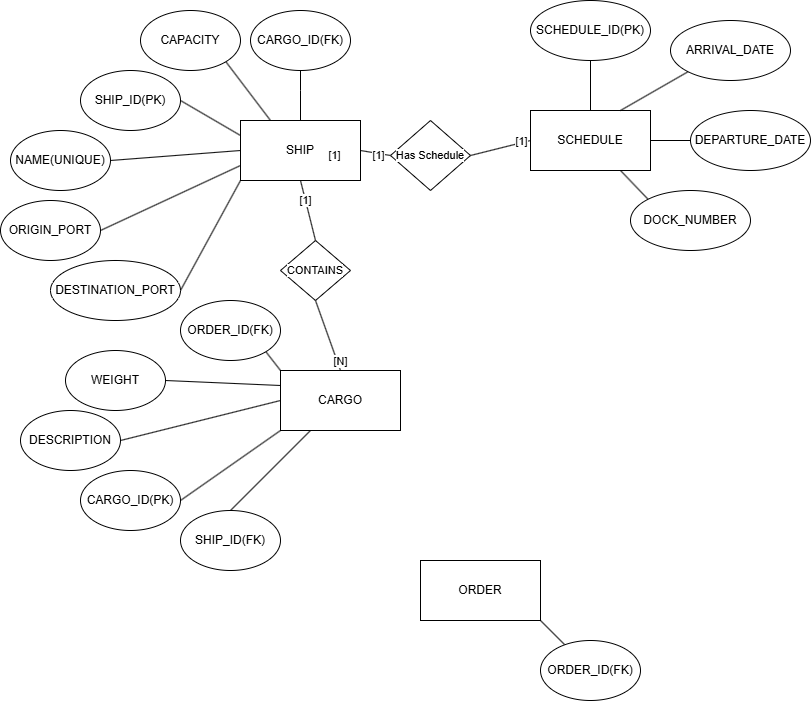
This is PortManagment.drawio.png from DarthRomolus/CarGarage, a draw.io export, as it was before one commit. Source tidied: cells renumbered, new cells last; positions are measured from the earlier drawing's top-left corner, leaving out a move shared by most shapes.
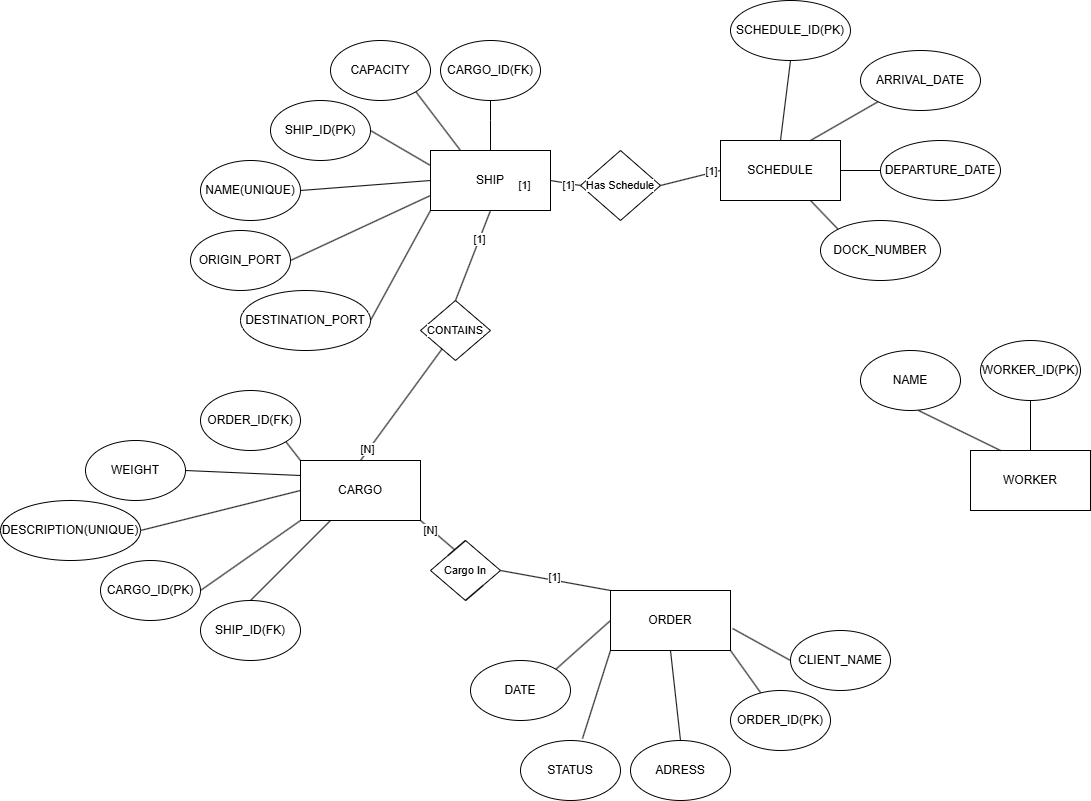
The same diagram one commit later.

Change to the diagram source:
```diff
@@ -24,7 +24,7 @@
         </Array>
       </mxGeometry>
     </mxCell>
-    <mxCell id="8" style="rounded=0;jettySize=auto;html=1;entryX=0.5;entryY=0;entryDx=0;entryDy=0;endArrow=none;startFill=0;exitX=0.5;exitY=1;exitDx=0;exitDy=0;" parent="1" edge="1" source="45" target="21">
+    <mxCell id="8" style="rounded=0;jettySize=auto;html=1;entryX=0.5;entryY=0;entryDx=0;entryDy=0;endArrow=none;startFill=0;" parent="1" edge="1" source="45" target="21">
       <mxGeometry relative="1" as="geometry" />
     </mxCell>
     <mxCell id="9" value="[N]" style="edgeLabel;html=1;align=center;verticalAlign=middle;fontFamily=Helvetica;fontSize=11;fontColor=default;labelBackgroundColor=default;" parent="8" vertex="1">
@@ -66,25 +66,25 @@
       <mxGeometry relative="1" as="geometry" />
     </mxCell>
     <mxCell id="21" value="CARGO" style="rounded=0;whiteSpace=wrap;html=1;" parent="1" vertex="1">
-      <mxGeometry x="280" y="370" width="120" height="60" as="geometry" />
+      <mxGeometry x="110" y="430" width="120" height="60" as="geometry" />
     </mxCell>
-    <mxCell id="22" value="DESCRIPTION" style="ellipse;whiteSpace=wrap;html=1;" parent="1" vertex="1">
-      <mxGeometry x="20" y="410" width="100" height="60" as="geometry" />
+    <mxCell id="22" value="DESCRIPTION(UNIQUE)" style="ellipse;whiteSpace=wrap;html=1;" parent="1" vertex="1">
+      <mxGeometry x="-190" y="470" width="140" height="60" as="geometry" />
     </mxCell>
     <mxCell id="23" value="CARGO_ID(PK)" style="ellipse;whiteSpace=wrap;html=1;" parent="1" vertex="1">
-      <mxGeometry x="80" y="470" width="100" height="60" as="geometry" />
+      <mxGeometry x="-90" y="530" width="100" height="60" as="geometry" />
     </mxCell>
     <mxCell id="24" style="rounded=0;jettySize=auto;html=1;exitX=0;exitY=1;exitDx=0;exitDy=0;entryX=1;entryY=0.5;entryDx=0;entryDy=0;entryPerimeter=0;endArrow=none;startFill=0;" parent="1" edge="1" source="21" target="23">
       <mxGeometry relative="1" as="geometry" />
     </mxCell>
     <mxCell id="25" value="WEIGHT" style="ellipse;whiteSpace=wrap;html=1;" parent="1" vertex="1">
-      <mxGeometry x="65" y="350" width="100" height="60" as="geometry" />
+      <mxGeometry x="-105" y="410" width="100" height="60" as="geometry" />
     </mxCell>
     <mxCell id="26" value="SHIP_ID(FK)" style="ellipse;whiteSpace=wrap;html=1;" parent="1" vertex="1">
-      <mxGeometry x="180" y="510" width="100" height="60" as="geometry" />
+      <mxGeometry x="10" y="570" width="100" height="60" as="geometry" />
     </mxCell>
     <mxCell id="27" value="ORDER_ID(FK)" style="ellipse;whiteSpace=wrap;html=1;" parent="1" vertex="1">
-      <mxGeometry x="180" y="300" width="100" height="60" as="geometry" />
+      <mxGeometry x="10" y="360" width="100" height="60" as="geometry" />
     </mxCell>
     <mxCell id="28" style="edgeStyle=none;shape=connector;rounded=0;jettySize=auto;html=1;exitX=0.5;exitY=0;exitDx=0;exitDy=0;entryX=0.5;entryY=1;entryDx=0;entryDy=0;strokeColor=default;align=center;verticalAlign=middle;fontFamily=Helvetica;fontSize=11;fontColor=default;labelBackgroundColor=default;startFill=0;endArrow=none;" parent="1" edge="1" source="32" target="33">
       <mxGeometry relative="1" as="geometry" />
@@ -104,7 +104,7 @@
       <mxGeometry x="530" y="110" width="120" height="60" as="geometry" />
     </mxCell>
     <mxCell id="33" value="SCHEDULE_ID(PK)" style="ellipse;whiteSpace=wrap;html=1;" parent="1" vertex="1">
-      <mxGeometry x="530" width="120" height="60" as="geometry" />
+      <mxGeometry x="540" y="-30" width="120" height="60" as="geometry" />
     </mxCell>
     <mxCell id="34" style="edgeStyle=none;shape=connector;rounded=0;jettySize=auto;html=1;exitX=0;exitY=1;exitDx=0;exitDy=0;entryX=0.75;entryY=0;entryDx=0;entryDy=0;strokeColor=default;align=center;verticalAlign=middle;fontFamily=Helvetica;fontSize=11;fontColor=default;labelBackgroundColor=default;startFill=0;endArrow=none;" parent="1" edge="1" source="35" target="32">
       <mxGeometry relative="1" as="geometry" />
@@ -127,11 +127,20 @@
     <mxCell id="40" style="edgeStyle=none;shape=connector;rounded=0;jettySize=auto;html=1;exitX=1;exitY=1;exitDx=0;exitDy=0;strokeColor=default;align=center;verticalAlign=middle;fontFamily=Helvetica;fontSize=11;fontColor=default;labelBackgroundColor=default;startFill=0;endArrow=none;" parent="1" edge="1" source="41" target="42">
       <mxGeometry relative="1" as="geometry" />
     </mxCell>
+    <mxCell id="49" style="edgeStyle=none;shape=connector;rounded=0;jettySize=auto;html=1;exitX=0;exitY=0;exitDx=0;exitDy=0;strokeColor=default;align=center;verticalAlign=middle;fontFamily=Helvetica;fontSize=11;fontColor=default;labelBackgroundColor=default;startFill=0;endArrow=none;entryX=1;entryY=0.5;entryDx=0;entryDy=0;" parent="1" edge="1" source="41" target="58">
+      <mxGeometry relative="1" as="geometry" />
+    </mxCell>
+    <mxCell id="50" value="[1]" style="edgeLabel;html=1;align=center;verticalAlign=middle;fontFamily=Helvetica;fontSize=11;fontColor=default;labelBackgroundColor=default;" parent="49" vertex="1">
+      <mxGeometry x="0.03" y="-3" relative="1" as="geometry" />
+    </mxCell>
+    <mxCell id="51" style="edgeStyle=none;shape=connector;rounded=0;jettySize=auto;html=1;exitX=0;exitY=0.5;exitDx=0;exitDy=0;entryX=1;entryY=0;entryDx=0;entryDy=0;strokeColor=default;align=center;verticalAlign=middle;fontFamily=Helvetica;fontSize=11;fontColor=default;labelBackgroundColor=default;startFill=0;endArrow=none;" parent="1" edge="1" source="41" target="60">
+      <mxGeometry relative="1" as="geometry" />
+    </mxCell>
     <mxCell id="41" value="ORDER" style="rounded=0;whiteSpace=wrap;html=1;" parent="1" vertex="1">
       <mxGeometry x="420" y="560" width="120" height="60" as="geometry" />
     </mxCell>
-    <mxCell id="42" value="ORDER_ID(FK)" style="ellipse;whiteSpace=wrap;html=1;" parent="1" vertex="1">
-      <mxGeometry x="540" y="640" width="100" height="60" as="geometry" />
+    <mxCell id="42" value="ORDER_ID(PK)" style="ellipse;whiteSpace=wrap;html=1;" parent="1" vertex="1">
+      <mxGeometry x="540" y="660" width="100" height="60" as="geometry" />
     </mxCell>
     <mxCell id="43" style="edgeStyle=none;shape=connector;rounded=0;jettySize=auto;html=1;exitX=0.5;exitY=0;exitDx=0;exitDy=0;entryX=0.5;entryY=1;entryDx=0;entryDy=0;strokeColor=default;align=center;verticalAlign=middle;fontFamily=Helvetica;fontSize=11;fontColor=default;labelBackgroundColor=default;startFill=0;endArrow=none;" parent="1" edge="1" source="45" target="10">
       <mxGeometry relative="1" as="geometry" />
@@ -140,7 +149,7 @@
       <mxGeometry x="0.37" relative="1" as="geometry" />
     </mxCell>
     <mxCell id="45" value="CONTAINS" style="rhombus;whiteSpace=wrap;html=1;fontFamily=Helvetica;fontSize=11;fontColor=default;labelBackgroundColor=default;" parent="1" vertex="1">
-      <mxGeometry x="280" y="240" width="70" height="60" as="geometry" />
+      <mxGeometry x="230" y="270" width="70" height="60" as="geometry" />
     </mxCell>
     <mxCell id="46" style="edgeStyle=none;shape=connector;rounded=0;jettySize=auto;html=1;exitX=0;exitY=0.5;exitDx=0;exitDy=0;entryX=1;entryY=0.5;entryDx=0;entryDy=0;strokeColor=default;align=center;verticalAlign=middle;fontFamily=Helvetica;fontSize=11;fontColor=default;labelBackgroundColor=default;startFill=0;endArrow=none;" parent="1" edge="1" source="32" target="48">
       <mxGeometry relative="1" as="geometry" />
@@ -153,5 +162,58 @@
     <mxCell id="48" value="Has Schedule" style="rhombus;whiteSpace=wrap;html=1;fontFamily=Helvetica;fontSize=11;fontColor=default;labelBackgroundColor=default;" parent="1" vertex="1">
       <mxGeometry x="390" y="120" width="80" height="70" as="geometry" />
     </mxCell>
+    <mxCell id="52" value="CLIENT_NAME" style="ellipse;whiteSpace=wrap;html=1;" parent="1" vertex="1">
+      <mxGeometry x="600" y="600" width="100" height="60" as="geometry" />
+    </mxCell>
+    <mxCell id="53" style="edgeStyle=none;shape=connector;rounded=0;jettySize=auto;html=1;exitX=0;exitY=0.5;exitDx=0;exitDy=0;entryX=1.017;entryY=0.633;entryDx=0;entryDy=0;entryPerimeter=0;strokeColor=default;align=center;verticalAlign=middle;fontFamily=Helvetica;fontSize=11;fontColor=default;labelBackgroundColor=default;startFill=0;endArrow=none;" parent="1" edge="1" source="52" target="41">
+      <mxGeometry relative="1" as="geometry" />
+    </mxCell>
+    <mxCell id="54" style="edgeStyle=none;shape=connector;rounded=0;jettySize=auto;html=1;exitX=0.5;exitY=0;exitDx=0;exitDy=0;entryX=0.5;entryY=1;entryDx=0;entryDy=0;strokeColor=default;align=center;verticalAlign=middle;fontFamily=Helvetica;fontSize=11;fontColor=default;labelBackgroundColor=default;startFill=0;endArrow=none;" parent="1" edge="1" source="55" target="41">
+      <mxGeometry relative="1" as="geometry" />
+    </mxCell>
+    <mxCell id="55" value="ADRESS" style="ellipse;whiteSpace=wrap;html=1;" parent="1" vertex="1">
+      <mxGeometry x="440" y="710" width="100" height="60" as="geometry" />
+    </mxCell>
+    <mxCell id="56" style="edgeStyle=none;shape=connector;rounded=0;jettySize=auto;html=1;exitX=0.5;exitY=0;exitDx=0;exitDy=0;entryX=1;entryY=1;entryDx=0;entryDy=0;strokeColor=default;align=center;verticalAlign=middle;fontFamily=Helvetica;fontSize=11;fontColor=default;labelBackgroundColor=default;startFill=0;endArrow=none;" parent="1" edge="1" target="21">
+      <mxGeometry relative="1" as="geometry">
+        <mxPoint x="265" y="520" as="sourcePoint" />
+      </mxGeometry>
+    </mxCell>
+    <mxCell id="57" value="[N]" style="edgeLabel;html=1;align=center;verticalAlign=middle;fontFamily=Helvetica;fontSize=11;fontColor=default;labelBackgroundColor=default;" parent="56" vertex="1">
+      <mxGeometry x="0.43" y="1" relative="1" as="geometry" />
+    </mxCell>
+    <mxCell id="58" value="Cargo In" style="rhombus;whiteSpace=wrap;html=1;fontFamily=Helvetica;fontSize=11;fontColor=default;labelBackgroundColor=default;" parent="1" vertex="1">
+      <mxGeometry x="240" y="510" width="70" height="60" as="geometry" />
+    </mxCell>
+    <mxCell id="59" style="edgeStyle=none;shape=connector;rounded=0;orthogonalLoop=1;jettySize=auto;html=1;exitX=0.5;exitY=1;exitDx=0;exitDy=0;entryX=1;entryY=1;entryDx=0;entryDy=0;strokeColor=default;align=center;verticalAlign=middle;fontFamily=Helvetica;fontSize=11;fontColor=default;labelBackgroundColor=default;startFill=0;endArrow=none;" parent="1" edge="1" source="58" target="58">
+      <mxGeometry relative="1" as="geometry" />
+    </mxCell>
+    <mxCell id="60" value="DATE" style="ellipse;whiteSpace=wrap;html=1;" parent="1" vertex="1">
+      <mxGeometry x="280" y="630" width="100" height="60" as="geometry" />
+    </mxCell>
+    <mxCell id="61" value="STATUS" style="ellipse;whiteSpace=wrap;html=1;" parent="1" vertex="1">
+      <mxGeometry x="330" y="710" width="100" height="60" as="geometry" />
+    </mxCell>
+    <mxCell id="62" style="edgeStyle=none;shape=connector;rounded=0;jettySize=auto;html=1;exitX=0;exitY=1;exitDx=0;exitDy=0;entryX=0.62;entryY=-0.033;entryDx=0;entryDy=0;entryPerimeter=0;strokeColor=default;align=center;verticalAlign=middle;fontFamily=Helvetica;fontSize=11;fontColor=default;labelBackgroundColor=default;startFill=0;endArrow=none;" parent="1" edge="1" source="41" target="61">
+      <mxGeometry relative="1" as="geometry" />
+    </mxCell>
+    <mxCell id="63" style="edgeStyle=none;shape=connector;rounded=0;orthogonalLoop=1;jettySize=auto;html=1;exitX=0.5;exitY=0;exitDx=0;exitDy=0;entryX=0;entryY=0;entryDx=0;entryDy=0;strokeColor=default;align=center;verticalAlign=middle;fontFamily=Helvetica;fontSize=11;fontColor=default;labelBackgroundColor=default;startFill=0;endArrow=none;" parent="1" edge="1" source="58" target="58">
+      <mxGeometry relative="1" as="geometry" />
+    </mxCell>
+    <mxCell id="64" style="edgeStyle=none;shape=connector;rounded=0;jettySize=auto;html=1;exitX=0.5;exitY=0;exitDx=0;exitDy=0;entryX=0.5;entryY=1;entryDx=0;entryDy=0;strokeColor=default;align=center;verticalAlign=middle;fontFamily=Helvetica;fontSize=11;fontColor=default;labelBackgroundColor=default;startFill=0;endArrow=none;" parent="1" edge="1" source="65" target="66">
+      <mxGeometry relative="1" as="geometry" />
+    </mxCell>
+    <mxCell id="65" value="WORKER" style="rounded=0;whiteSpace=wrap;html=1;" parent="1" vertex="1">
+      <mxGeometry x="780" y="420" width="120" height="60" as="geometry" />
+    </mxCell>
+    <mxCell id="66" value="WORKER_ID(PK)" style="ellipse;whiteSpace=wrap;html=1;" parent="1" vertex="1">
+      <mxGeometry x="790" y="310" width="100" height="60" as="geometry" />
+    </mxCell>
+    <mxCell id="67" value="NAME" style="ellipse;whiteSpace=wrap;html=1;" parent="1" vertex="1">
+      <mxGeometry x="670" y="320" width="100" height="60" as="geometry" />
+    </mxCell>
+    <mxCell id="68" style="edgeStyle=none;shape=connector;rounded=0;jettySize=auto;html=1;exitX=0.25;exitY=0;exitDx=0;exitDy=0;entryX=0.58;entryY=1;entryDx=0;entryDy=0;entryPerimeter=0;strokeColor=default;align=center;verticalAlign=middle;fontFamily=Helvetica;fontSize=11;fontColor=default;labelBackgroundColor=default;startFill=0;endArrow=none;" parent="1" edge="1" source="65" target="67">
+      <mxGeometry relative="1" as="geometry" />
+    </mxCell>
   </root>
 </mxGraphModel>
```
